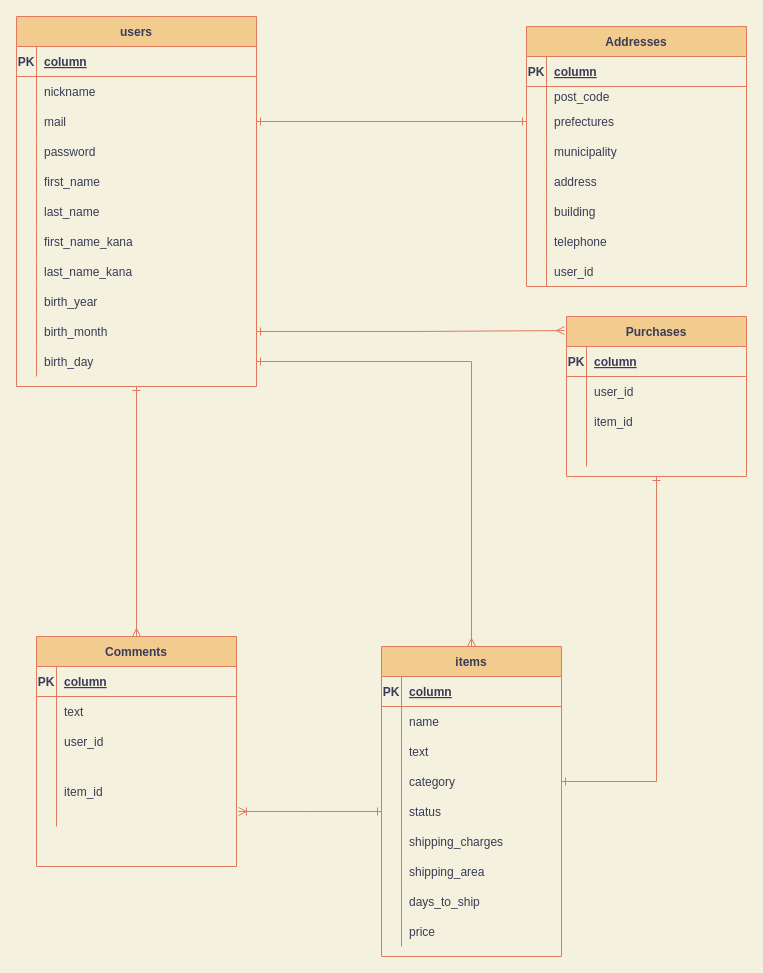
uki-88/furima-35030 keeps this draw.io diagram as .dio. Above is the earlier version. Source tidied: cells renumbered, new cells numbered last; positions are measured from the earlier drawing's top-left corner, leaving out a move shared by most shapes. Both pictures are drawn from the tidied source at 100%, with x=0, y=0 at pixel (16, 16).
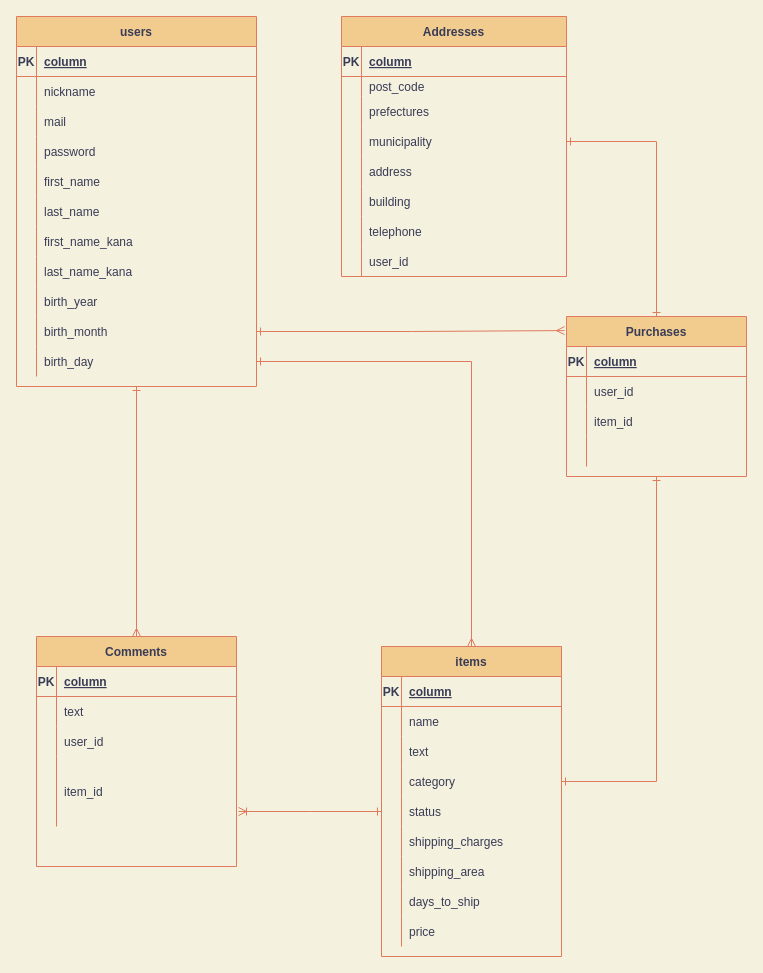
After the change.

Commit message (it also covers changes not shown here):
テーブル設計の修正Part2

The change refers to these unchanged cells:
```xml
<mxCell id="76" style="shape=partialRectangle;fillColor=none;top=0;left=0;bottom=0;right=0;points=[[0,0.5],[1,0.5]];portConstraint=eastwest;strokeColor=#E07A5F;fontColor=#393C56;" parent="69" vertex="1">
  <mxGeometry y="90" width="240" height="30" as="geometry" />
</mxCell>
<mxCell id="103" value="Purchases" style="shape=table;startSize=30;childLayout=tableLayout;rowLines=0;fontStyle=1;align=center;fillColor=#F2CC8F;strokeColor=#E07A5F;fontColor=#393C56;" parent="1" vertex="1">
  <mxGeometry x="550" y="300" width="180" height="160" as="geometry" />
</mxCell>
```

Diff of the diagram source:
```diff
@@
     <mxCell id="2" value="Addresses" style="shape=table;startSize=30;childLayout=tableLayout;rowLines=0;fontStyle=1;align=center;fillColor=#F2CC8F;strokeColor=#E07A5F;fontColor=#393C56;" parent="1" vertex="1">
-      <mxGeometry x="510" y="10" width="220" height="260" as="geometry" />
+      <mxGeometry x="325" width="225" height="260" as="geometry" />
     </mxCell>
     <mxCell id="3" style="shape=partialRectangle;fillColor=none;top=0;left=0;bottom=1;right=0;strokeColor=#E07A5F;fontColor=#393C56;" parent="2" vertex="1">
-      <mxGeometry y="30" width="220" height="30" as="geometry" />
+      <mxGeometry y="30" width="225" height="30" as="geometry" />
     </mxCell>
@@
     <mxCell id="5" value="column" style="shape=partialRectangle;fillColor=none;top=0;left=0;bottom=0;right=0;align=left;spacingLeft=6;fontStyle=5;overflow=hidden;strokeColor=#E07A5F;fontColor=#393C56;" parent="3" vertex="1">
-      <mxGeometry x="20" width="200" height="30" as="geometry" />
+      <mxGeometry x="20" width="205" height="30" as="geometry" />
     </mxCell>
     <mxCell id="6" style="shape=partialRectangle;fillColor=none;top=0;left=0;bottom=0;right=0;strokeColor=#E07A5F;fontColor=#393C56;" parent="2" vertex="1">
-      <mxGeometry y="60" width="220" height="20" as="geometry" />
+      <mxGeometry y="60" width="225" height="20" as="geometry" />
     </mxCell>
@@
     <mxCell id="8" value="post_code" style="shape=partialRectangle;fillColor=none;top=0;left=0;bottom=0;right=0;align=left;spacingLeft=6;overflow=hidden;strokeColor=#E07A5F;fontColor=#393C56;" parent="6" vertex="1">
-      <mxGeometry x="20" width="200" height="20" as="geometry" />
+      <mxGeometry x="20" width="205" height="20" as="geometry" />
     </mxCell>
     <mxCell id="9" style="shape=partialRectangle;fillColor=none;top=0;left=0;bottom=0;right=0;points=[[0,0.5],[1,0.5]];portConstraint=eastwest;strokeColor=#E07A5F;fontColor=#393C56;" parent="2" vertex="1">
-      <mxGeometry y="80" width="220" height="30" as="geometry" />
+      <mxGeometry y="80" width="225" height="30" as="geometry" />
     </mxCell>
@@
     <mxCell id="11" value="prefectures" style="shape=partialRectangle;fillColor=none;top=0;left=0;bottom=0;right=0;align=left;spacingLeft=6;overflow=hidden;strokeColor=#E07A5F;fontColor=#393C56;" parent="9" vertex="1">
-      <mxGeometry x="20" width="200" height="30" as="geometry" />
+      <mxGeometry x="20" width="205" height="30" as="geometry" />
     </mxCell>
     <mxCell id="12" style="shape=partialRectangle;fillColor=none;top=0;left=0;bottom=0;right=0;points=[[0,0.5],[1,0.5]];portConstraint=eastwest;strokeColor=#E07A5F;fontColor=#393C56;" parent="2" vertex="1">
-      <mxGeometry y="110" width="220" height="30" as="geometry" />
+      <mxGeometry y="110" width="225" height="30" as="geometry" />
     </mxCell>
@@
     <mxCell id="14" value="municipality" style="shape=partialRectangle;fillColor=none;top=0;left=0;bottom=0;right=0;align=left;spacingLeft=6;overflow=hidden;strokeColor=#E07A5F;fontColor=#393C56;" parent="12" vertex="1">
-      <mxGeometry x="20" width="200" height="30" as="geometry" />
+      <mxGeometry x="20" width="205" height="30" as="geometry" />
     </mxCell>
     <mxCell id="15" style="shape=partialRectangle;fillColor=none;top=0;left=0;bottom=0;right=0;strokeColor=#E07A5F;fontColor=#393C56;" parent="2" vertex="1">
-      <mxGeometry y="140" width="220" height="30" as="geometry" />
+      <mxGeometry y="140" width="225" height="30" as="geometry" />
     </mxCell>
@@
     <mxCell id="17" value="address" style="shape=partialRectangle;fillColor=none;top=0;left=0;bottom=0;right=0;align=left;spacingLeft=6;overflow=hidden;strokeColor=#E07A5F;fontColor=#393C56;" parent="15" vertex="1">
-      <mxGeometry x="20" width="200" height="30" as="geometry" />
+      <mxGeometry x="20" width="205" height="30" as="geometry" />
     </mxCell>
     <mxCell id="18" style="shape=partialRectangle;fillColor=none;top=0;left=0;bottom=0;right=0;strokeColor=#E07A5F;fontColor=#393C56;" parent="2" vertex="1">
-      <mxGeometry y="170" width="220" height="30" as="geometry" />
+      <mxGeometry y="170" width="225" height="30" as="geometry" />
     </mxCell>
@@
     <mxCell id="20" value="building" style="shape=partialRectangle;fillColor=none;top=0;left=0;bottom=0;right=0;align=left;spacingLeft=6;overflow=hidden;strokeColor=#E07A5F;fontColor=#393C56;" parent="18" vertex="1">
-      <mxGeometry x="20" width="200" height="30" as="geometry" />
+      <mxGeometry x="20" width="205" height="30" as="geometry" />
     </mxCell>
     <mxCell id="21" style="shape=partialRectangle;fillColor=none;top=0;left=0;bottom=0;right=0;strokeColor=#E07A5F;fontColor=#393C56;" parent="2" vertex="1">
-      <mxGeometry y="200" width="220" height="30" as="geometry" />
+      <mxGeometry y="200" width="225" height="30" as="geometry" />
     </mxCell>
@@
     <mxCell id="23" value="telephone" style="shape=partialRectangle;fillColor=none;top=0;left=0;bottom=0;right=0;align=left;spacingLeft=6;overflow=hidden;strokeColor=#E07A5F;fontColor=#393C56;" parent="21" vertex="1">
-      <mxGeometry x="20" width="200" height="30" as="geometry" />
+      <mxGeometry x="20" width="205" height="30" as="geometry" />
     </mxCell>
     <mxCell id="24" style="shape=partialRectangle;fillColor=none;top=0;left=0;bottom=0;right=0;strokeColor=#E07A5F;fontColor=#393C56;" parent="2" vertex="1">
-      <mxGeometry y="230" width="220" height="30" as="geometry" />
+      <mxGeometry y="230" width="225" height="30" as="geometry" />
     </mxCell>
@@
     <mxCell id="26" value="user_id" style="shape=partialRectangle;fillColor=none;top=0;left=0;bottom=0;right=0;align=left;spacingLeft=6;overflow=hidden;strokeColor=#E07A5F;fontColor=#393C56;" parent="24" vertex="1">
-      <mxGeometry x="20" width="200" height="30" as="geometry" />
+      <mxGeometry x="20" width="205" height="30" as="geometry" />
     </mxCell>
@@
-    <mxCell id="116" style="edgeStyle=orthogonalEdgeStyle;rounded=0;jettySize=auto;html=1;entryX=0;entryY=0.5;entryDx=0;entryDy=0;endArrow=ERone;endFill=0;startArrow=ERone;startFill=0;labelBackgroundColor=#F4F1DE;strokeColor=#E07A5F;fontColor=#393C56;" parent="1" edge="1" source="76" target="9">
-      <mxGeometry relative="1" as="geometry" />
-    </mxCell>
@@
+    <mxCell id="121" style="edgeStyle=orthogonalEdgeStyle;rounded=0;sketch=0;jettySize=auto;html=1;exitX=1;exitY=0.5;exitDx=0;exitDy=0;entryX=0.5;entryY=0;entryDx=0;entryDy=0;strokeColor=#E07A5F;fillColor=#F2CC8F;fontColor=#393C56;endArrow=ERone;endFill=0;startArrow=ERone;startFill=0;" parent="1" edge="1" source="12" target="103">
+      <mxGeometry relative="1" as="geometry" />
+    </mxCell>
```
